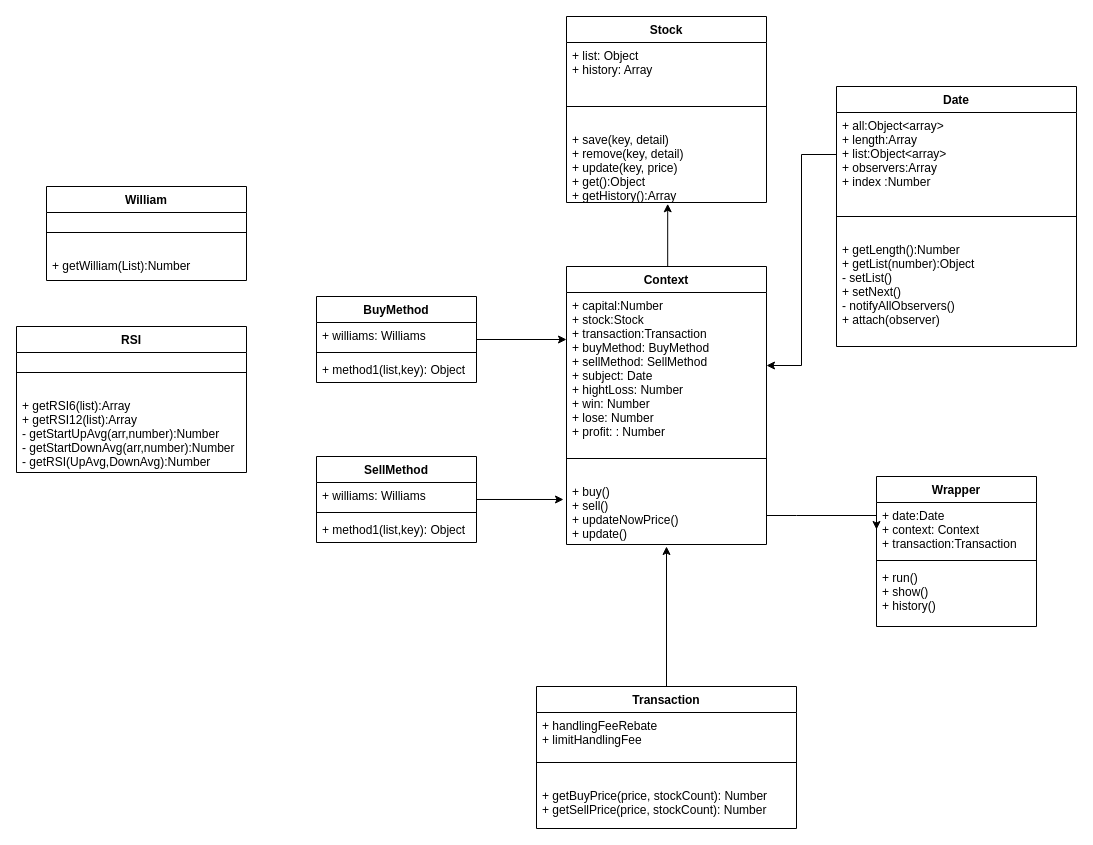
This is components/backtest/股票回測系統.drawio from cosmic1330/nextjs_side_project, a draw.io file, before an edit. Source tidied: cells renumbered, new cells numbered last; positions are measured from the earlier drawing's top-left corner, leaving out a move shared by most shapes. Both pictures are drawn from the tidied source at 100%, with x=0, y=0 at pixel (16, 16).
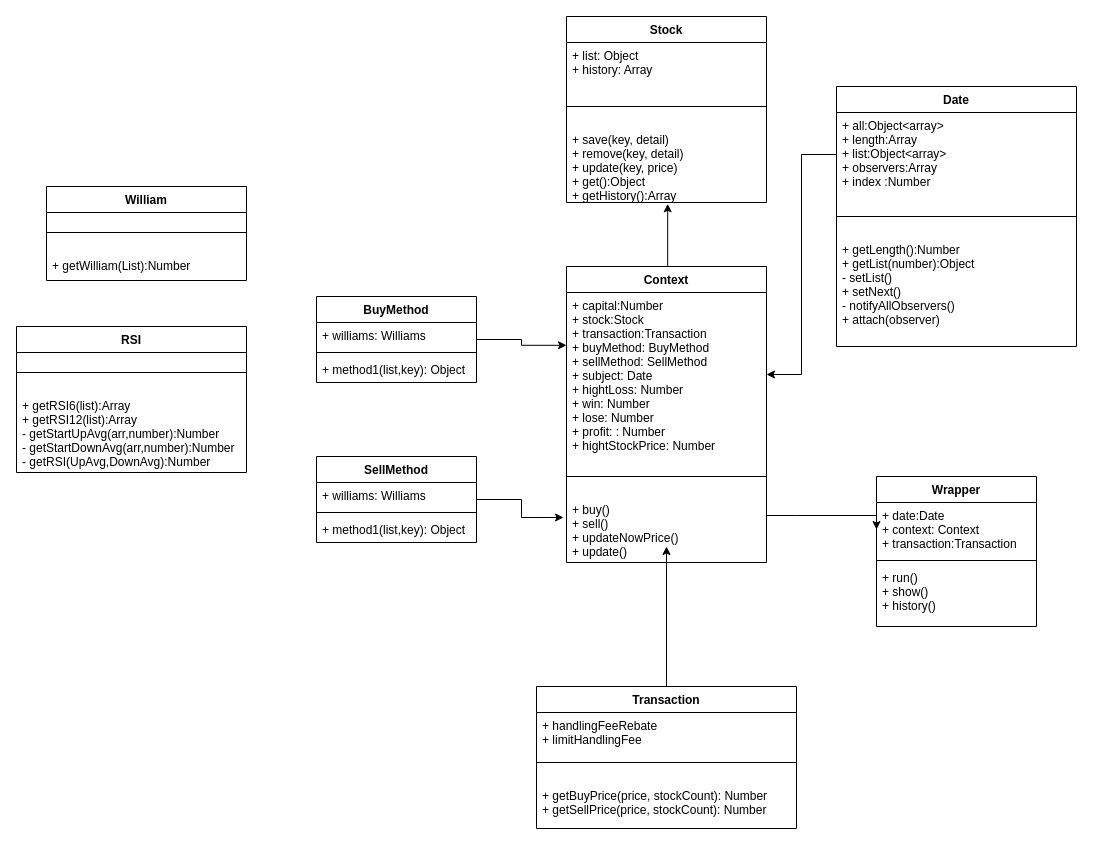
The same diagram, later.

Change to the diagram source:
```diff
@@
     <mxCell id="3" value="Context" style="swimlane;fontStyle=1;align=center;verticalAlign=top;horizontal=1;startSize=26;" parent="1" vertex="1">
-      <mxGeometry x="550" y="250" width="200" height="278" as="geometry" />
+      <mxGeometry x="550" y="250" width="200" height="296" as="geometry" />
     </mxCell>
-    <mxCell id="4" value="+ capital:Number&#10;+ stock:Stock&#10;+ transaction:Transaction&#10;+ buyMethod: BuyMethod&#10;+ sellMethod: SellMethod&#10;+ subject: Date&#10;+ hightLoss: Number&#10;+ win: Number&#10;+ lose: Number&#10;+ profit: : Number&#10;" style="text;strokeColor=none;fillColor=none;align=left;verticalAlign=top;spacingLeft=4;spacingRight=4;overflow=hidden;points=[[0,0.5],[1,0.5]];portConstraint=eastwest;" parent="3" vertex="1">
-      <mxGeometry y="26" width="200" height="146" as="geometry" />
+    <mxCell id="4" value="+ capital:Number&#10;+ stock:Stock&#10;+ transaction:Transaction&#10;+ buyMethod: BuyMethod&#10;+ sellMethod: SellMethod&#10;+ subject: Date&#10;+ hightLoss: Number&#10;+ win: Number&#10;+ lose: Number&#10;+ profit: : Number&#10;+ hightStockPrice: Number&#10;" style="text;strokeColor=none;fillColor=none;align=left;verticalAlign=top;spacingLeft=4;spacingRight=4;overflow=hidden;points=[[0,0.5],[1,0.5]];portConstraint=eastwest;" parent="3" vertex="1">
+      <mxGeometry y="26" width="200" height="164" as="geometry" />
     </mxCell>
     <mxCell id="5" style="line;strokeWidth=1;fillColor=none;align=left;verticalAlign=middle;spacingTop=-1;spacingLeft=3;spacingRight=3;labelPosition=right;" parent="3" vertex="1">
-      <mxGeometry y="172" width="200" height="40" as="geometry" />
+      <mxGeometry y="190" width="200" height="40" as="geometry" />
     </mxCell>
     <mxCell id="6" value="+ buy()&#10;+ sell()&#10;+ updateNowPrice()&#10;+ update()" style="text;strokeColor=none;fillColor=none;align=left;verticalAlign=top;spacingLeft=4;spacingRight=4;overflow=hidden;points=[[0,0.5],[1,0.5]];portConstraint=eastwest;" parent="3" vertex="1">
-      <mxGeometry y="212" width="200" height="66" as="geometry" />
+      <mxGeometry y="230" width="200" height="66" as="geometry" />
     </mxCell>
```
